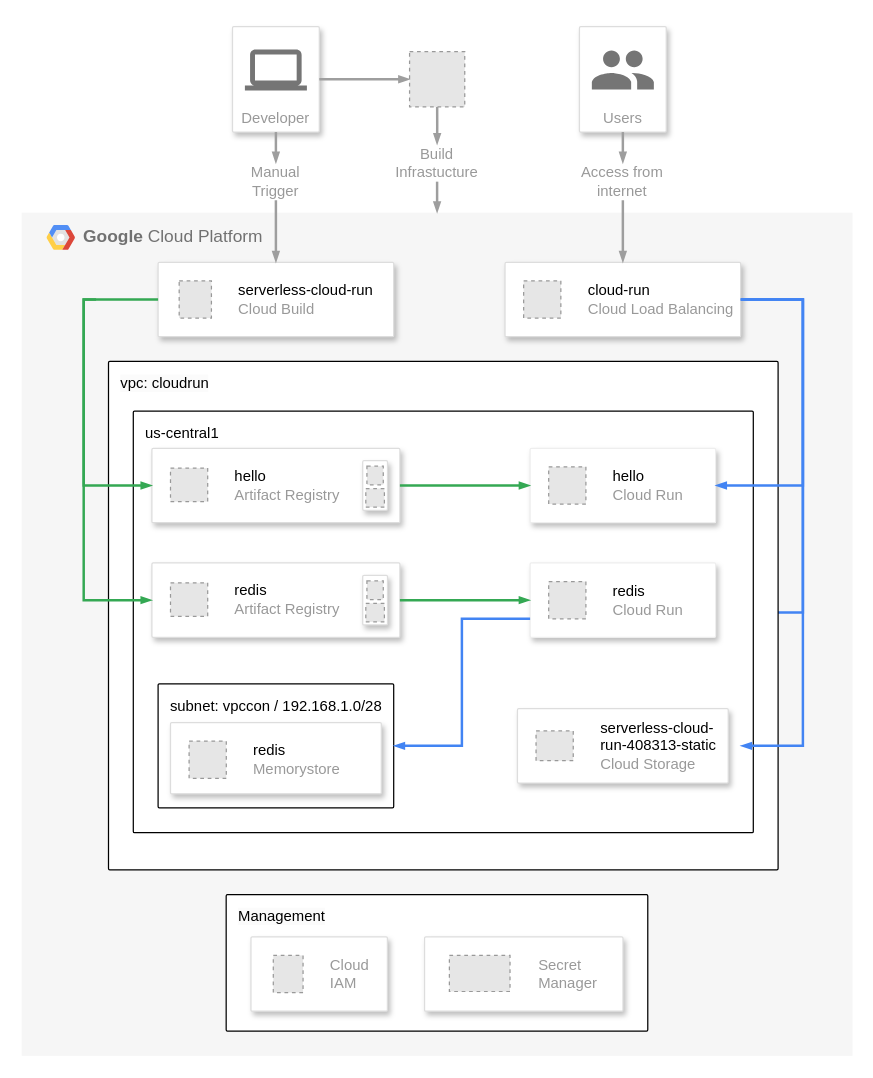
danielsidauruk/serverless-cloud-run keeps this draw.io diagram as serverless-cloud-run.drawio. Above is the earlier version. Source tidied: cells renumbered, new cells numbered last; positions are measured from the earlier drawing's top-left corner, leaving out a move shared by most shapes. Both pictures are drawn from the tidied source at 124%, with x=0, y=0 at pixel (21, 26). Pictures stored in the file or linked from it are replaced by grey dashed boxes.
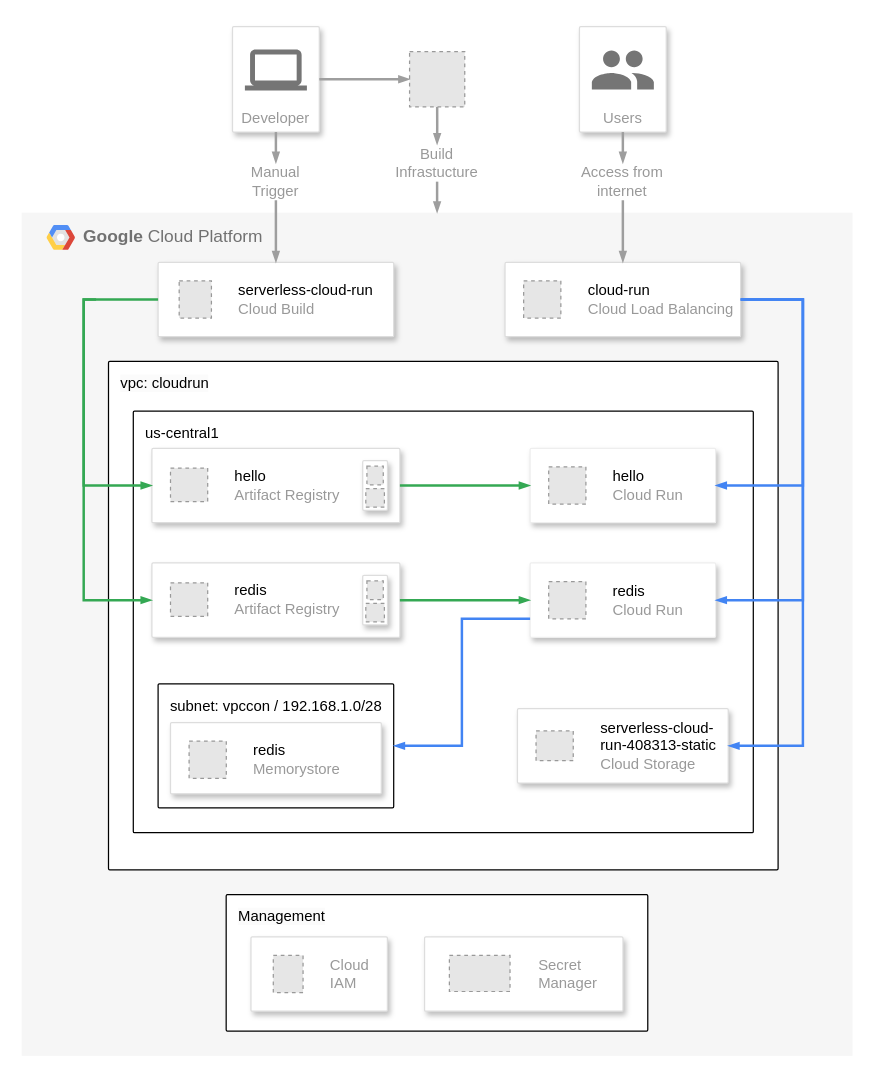
The same page after the edit.

The change refers to these unchanged cells:
```xml
<mxCell id="2" value="&lt;b&gt;Google &lt;/b&gt;Cloud Platform" style="fillColor=#F6F6F6;strokeColor=none;shadow=0;gradientColor=none;fontSize=14;align=left;spacing=10;fontColor=#717171;9E9E9E;verticalAlign=top;spacingTop=-4;fontStyle=0;spacingLeft=40;html=1;whiteSpace=wrap;" parent="1" vertex="1">
  <mxGeometry y="150" width="670" height="680" as="geometry" />
</mxCell>
<mxCell id="13" style="strokeColor=#dddddd;shadow=1;strokeWidth=1;rounded=1;absoluteArcSize=1;arcSize=2;" parent="2" vertex="1">
  <mxGeometry x="389.8" y="40" width="190" height="60" as="geometry" />
</mxCell>
<mxCell id="20" style="strokeColor=#dddddd;shadow=1;strokeWidth=1;rounded=1;absoluteArcSize=1;arcSize=2;" parent="1" vertex="1">
  <mxGeometry x="399.8" y="550" width="170" height="60" as="geometry" />
</mxCell>
<mxCell id="31" style="strokeColor=#EEEEEE;shadow=1;strokeWidth=1;rounded=1;absoluteArcSize=1;arcSize=2;fillColor=default;" parent="1" vertex="1">
  <mxGeometry x="410" y="432.5" width="149.6" height="60" as="geometry" />
</mxCell>
```

Change to the diagram source:
```diff
@@
-    <mxCell id="15" style="edgeStyle=orthogonalEdgeStyle;fontSize=12;html=1;endArrow=blockThin;endFill=1;rounded=0;strokeWidth=2;endSize=4;startSize=4;dashed=0;strokeColor=#4284F3;entryX=1;entryY=0.5;entryDx=0;entryDy=0;" parent="2" edge="1">
-      <mxGeometry relative="1" as="geometry">
-        <mxPoint x="580" y="70" as="sourcePoint" />
-        <mxPoint x="569.8" y="322.5" as="targetPoint" />
-        <Array as="points">
-          <mxPoint x="630" y="70" />
-          <mxPoint x="630" y="322" />
-        </Array>
-      </mxGeometry>
-    </mxCell>
@@
-    <mxCell id="49" style="edgeStyle=orthogonalEdgeStyle;fontSize=12;html=1;endArrow=blockThin;endFill=1;rounded=0;strokeWidth=2;endSize=4;startSize=4;dashed=0;strokeColor=#4284F3;entryX=1;entryY=0.5;entryDx=0;entryDy=0;exitX=1;exitY=0.5;exitDx=0;exitDy=0;" parent="1" edge="1" source="13">
+    <mxCell id="49" style="edgeStyle=orthogonalEdgeStyle;fontSize=12;html=1;endArrow=blockThin;endFill=1;rounded=0;strokeWidth=2;endSize=4;startSize=4;dashed=0;strokeColor=#4284F3;entryX=1;entryY=0.5;entryDx=0;entryDy=0;exitX=1;exitY=0.5;exitDx=0;exitDy=0;" parent="1" edge="1" source="13" target="20">
       <mxGeometry relative="1" as="geometry">
-        <mxPoint x="579.8" y="580" as="targetPoint" />
         <Array as="points">
           <mxPoint x="630" y="220" />
           <mxPoint x="630" y="580" />
         </Array>
       </mxGeometry>
     </mxCell>
@@
+    <mxCell id="63" style="edgeStyle=orthogonalEdgeStyle;fontSize=12;html=1;endArrow=blockThin;endFill=1;rounded=0;strokeWidth=2;endSize=4;startSize=4;dashed=0;strokeColor=#4284F3;exitX=1;exitY=0.5;exitDx=0;exitDy=0;entryX=1;entryY=0.5;entryDx=0;entryDy=0;" parent="1" edge="1" source="13" target="31">
+      <mxGeometry relative="1" as="geometry">
+        <Array as="points">
+          <mxPoint x="630" y="220" />
+          <mxPoint x="630" y="462" />
+        </Array>
+      </mxGeometry>
+    </mxCell>
```
